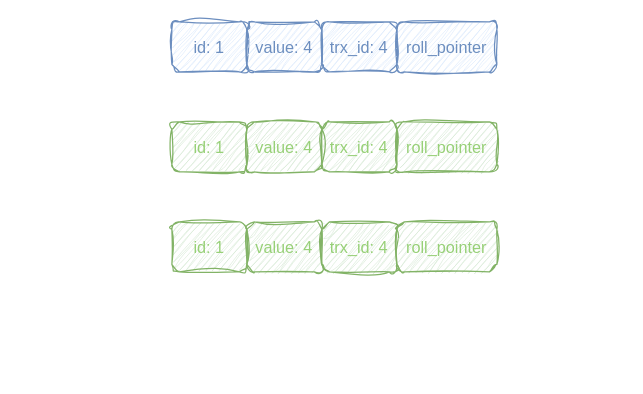
The draw.io diagram snap/未命名绘图.drawio in dunwu/images, before the edit. Source tidied: cells renumbered, new cells numbered last; positions are measured from the earlier drawing's top-left corner, leaving out a move shared by most shapes. Both pictures are drawn from the tidied source at 125%, with x=0, y=0 at pixel (171, 21).
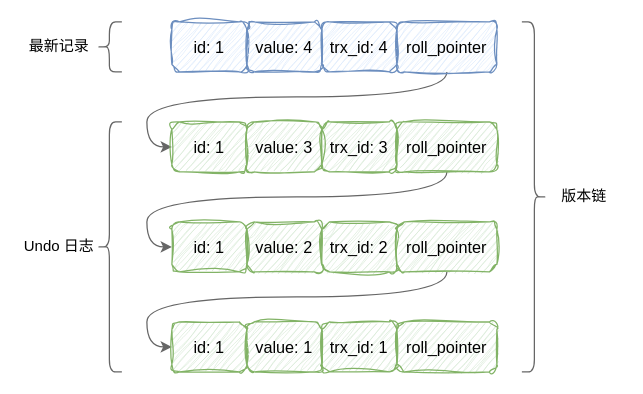
The same page after the edit.

What changed in the source:
```diff
@@
-    <mxCell id="2" value="id: 1" style="rounded=1;whiteSpace=wrap;html=1;fontSize=13;glass=0;strokeWidth=1;shadow=0;sketch=1;curveFitting=1;jiggle=2;fillColor=#dae8fc;strokeColor=#6c8ebf;gradientColor=none;fontColor=#6C8EBF;" parent="1" vertex="1">
+    <mxCell id="2" value="id: 1" style="rounded=1;whiteSpace=wrap;html=1;fontSize=13;glass=0;strokeWidth=1;shadow=0;sketch=1;curveFitting=1;jiggle=2;fillColor=#dae8fc;strokeColor=#6c8ebf;" parent="1" vertex="1">
       <mxGeometry width="60" height="40" as="geometry" />
     </mxCell>
-    <mxCell id="3" value="value: 4" style="rounded=1;whiteSpace=wrap;html=1;fontSize=13;glass=0;strokeWidth=1;shadow=0;sketch=1;curveFitting=1;jiggle=2;fillColor=#dae8fc;strokeColor=#6c8ebf;gradientColor=none;fontColor=#6C8EBF;" parent="1" vertex="1">
+    <mxCell id="3" value="value: 4" style="rounded=1;whiteSpace=wrap;html=1;fontSize=13;glass=0;strokeWidth=1;shadow=0;sketch=1;curveFitting=1;jiggle=2;fillColor=#dae8fc;strokeColor=#6c8ebf;" parent="1" vertex="1">
       <mxGeometry x="60" width="60" height="40" as="geometry" />
     </mxCell>
-    <mxCell id="4" value="trx_id: 4" style="rounded=1;whiteSpace=wrap;html=1;fontSize=13;glass=0;strokeWidth=1;shadow=0;sketch=1;curveFitting=1;jiggle=2;fillColor=#dae8fc;strokeColor=#6c8ebf;gradientColor=none;fontColor=#6C8EBF;" parent="1" vertex="1">
+    <mxCell id="4" value="trx_id: 4" style="rounded=1;whiteSpace=wrap;html=1;fontSize=13;glass=0;strokeWidth=1;shadow=0;sketch=1;curveFitting=1;jiggle=2;fillColor=#dae8fc;strokeColor=#6c8ebf;" parent="1" vertex="1">
       <mxGeometry x="120" width="60" height="40" as="geometry" />
     </mxCell>
+    <mxCell id="14" style="edgeStyle=orthogonalEdgeStyle;jettySize=auto;html=1;entryX=0;entryY=0.5;entryDx=0;entryDy=0;exitX=0.5;exitY=1;exitDx=0;exitDy=0;curved=1;fillColor=#f5f5f5;strokeColor=#666666;" parent="1" edge="1" source="5" target="6">
+      <mxGeometry relative="1" as="geometry" />
+    </mxCell>
-    <mxCell id="5" value="roll_pointer" style="rounded=1;whiteSpace=wrap;html=1;fontSize=13;glass=0;strokeWidth=1;shadow=0;sketch=1;curveFitting=1;jiggle=2;fillColor=#dae8fc;strokeColor=#6c8ebf;gradientColor=none;fontColor=#6C8EBF;" parent="1" vertex="1">
+    <mxCell id="5" value="roll_pointer" style="rounded=1;whiteSpace=wrap;html=1;fontSize=13;glass=0;strokeWidth=1;shadow=0;sketch=1;curveFitting=1;jiggle=2;fillColor=#dae8fc;strokeColor=#6c8ebf;" parent="1" vertex="1">
       <mxGeometry x="180" width="80" height="40" as="geometry" />
     </mxCell>
-    <mxCell id="6" value="id: 1" style="rounded=1;whiteSpace=wrap;html=1;fontSize=13;glass=0;strokeWidth=1;shadow=0;sketch=1;curveFitting=1;jiggle=2;fillColor=#d5e8d4;strokeColor=#82b366;fontColor=#97D077;" parent="1" vertex="1">
+    <mxCell id="6" value="id: 1" style="rounded=1;whiteSpace=wrap;html=1;fontSize=13;glass=0;strokeWidth=1;shadow=0;sketch=1;curveFitting=1;jiggle=2;fillColor=#d5e8d4;strokeColor=#82b366;" parent="1" vertex="1">
       <mxGeometry y="80" width="60" height="40" as="geometry" />
     </mxCell>
-    <mxCell id="7" value="value: 4" style="rounded=1;whiteSpace=wrap;html=1;fontSize=13;glass=0;strokeWidth=1;shadow=0;sketch=1;curveFitting=1;jiggle=2;fillColor=#d5e8d4;strokeColor=#82b366;fontColor=#97D077;" parent="1" vertex="1">
+    <mxCell id="7" value="value: 3" style="rounded=1;whiteSpace=wrap;html=1;fontSize=13;glass=0;strokeWidth=1;shadow=0;sketch=1;curveFitting=1;jiggle=2;fillColor=#d5e8d4;strokeColor=#82b366;" parent="1" vertex="1">
       <mxGeometry x="60" y="80" width="60" height="40" as="geometry" />
     </mxCell>
-    <mxCell id="8" value="trx_id: 4" style="rounded=1;whiteSpace=wrap;html=1;fontSize=13;glass=0;strokeWidth=1;shadow=0;sketch=1;curveFitting=1;jiggle=2;fillColor=#d5e8d4;strokeColor=#82b366;fontColor=#97D077;" parent="1" vertex="1">
+    <mxCell id="8" value="trx_id: 3" style="rounded=1;whiteSpace=wrap;html=1;fontSize=13;glass=0;strokeWidth=1;shadow=0;sketch=1;curveFitting=1;jiggle=2;fillColor=#d5e8d4;strokeColor=#82b366;" parent="1" vertex="1">
       <mxGeometry x="120" y="80" width="60" height="40" as="geometry" />
     </mxCell>
+    <mxCell id="15" style="edgeStyle=orthogonalEdgeStyle;jettySize=auto;html=1;exitX=0.5;exitY=1;exitDx=0;exitDy=0;entryX=0;entryY=0.5;entryDx=0;entryDy=0;curved=1;fillColor=#f5f5f5;strokeColor=#666666;" parent="1" edge="1" source="9" target="10">
+      <mxGeometry relative="1" as="geometry" />
+    </mxCell>
-    <mxCell id="9" value="roll_pointer" style="rounded=1;whiteSpace=wrap;html=1;fontSize=13;glass=0;strokeWidth=1;shadow=0;sketch=1;curveFitting=1;jiggle=2;fillColor=#d5e8d4;strokeColor=#82b366;fontColor=#97D077;" parent="1" vertex="1">
+    <mxCell id="9" value="roll_pointer" style="rounded=1;whiteSpace=wrap;html=1;fontSize=13;glass=0;strokeWidth=1;shadow=0;fillColor=#d5e8d4;strokeColor=#82b366;sketch=1;curveFitting=1;jiggle=2;" parent="1" vertex="1">
       <mxGeometry x="180" y="80" width="80" height="40" as="geometry" />
     </mxCell>
-    <mxCell id="10" value="id: 1" style="rounded=1;whiteSpace=wrap;html=1;fontSize=13;glass=0;strokeWidth=1;shadow=0;sketch=1;curveFitting=1;jiggle=2;fillColor=#d5e8d4;strokeColor=#82b366;fontColor=#97D077;" parent="1" vertex="1">
+    <mxCell id="10" value="id: 1" style="rounded=1;whiteSpace=wrap;html=1;fontSize=13;glass=0;strokeWidth=1;shadow=0;sketch=1;curveFitting=1;jiggle=2;fillColor=#d5e8d4;strokeColor=#82b366;" parent="1" vertex="1">
       <mxGeometry y="160" width="60" height="40" as="geometry" />
     </mxCell>
-    <mxCell id="11" value="value: 4" style="rounded=1;whiteSpace=wrap;html=1;fontSize=13;glass=0;strokeWidth=1;shadow=0;sketch=1;curveFitting=1;jiggle=2;fillColor=#d5e8d4;strokeColor=#82b366;fontColor=#97D077;" parent="1" vertex="1">
+    <mxCell id="11" value="value: 2" style="rounded=1;whiteSpace=wrap;html=1;fontSize=13;glass=0;strokeWidth=1;shadow=0;sketch=1;curveFitting=1;jiggle=2;fillColor=#d5e8d4;strokeColor=#82b366;" parent="1" vertex="1">
       <mxGeometry x="60" y="160" width="60" height="40" as="geometry" />
     </mxCell>
-    <mxCell id="12" value="trx_id: 4" style="rounded=1;whiteSpace=wrap;html=1;fontSize=13;glass=0;strokeWidth=1;shadow=0;sketch=1;curveFitting=1;jiggle=2;fillColor=#d5e8d4;strokeColor=#82b366;fontColor=#97D077;" parent="1" vertex="1">
+    <mxCell id="12" value="trx_id: 2" style="rounded=1;whiteSpace=wrap;html=1;fontSize=13;glass=0;strokeWidth=1;shadow=0;sketch=1;curveFitting=1;jiggle=2;fillColor=#d5e8d4;strokeColor=#82b366;" parent="1" vertex="1">
       <mxGeometry x="120" y="160" width="60" height="40" as="geometry" />
     </mxCell>
+    <mxCell id="16" style="edgeStyle=orthogonalEdgeStyle;jettySize=auto;html=1;exitX=0.5;exitY=1;exitDx=0;exitDy=0;entryX=0;entryY=0.5;entryDx=0;entryDy=0;curved=1;fillColor=#f5f5f5;strokeColor=#666666;" parent="1" edge="1" source="13" target="17">
+      <mxGeometry relative="1" as="geometry" />
+    </mxCell>
-    <mxCell id="13" value="roll_pointer" style="rounded=1;whiteSpace=wrap;html=1;fontSize=13;glass=0;strokeWidth=1;shadow=0;sketch=1;curveFitting=1;jiggle=2;fillColor=#d5e8d4;strokeColor=#82b366;fontColor=#97D077;" parent="1" vertex="1">
+    <mxCell id="13" value="roll_pointer" style="rounded=1;whiteSpace=wrap;html=1;fontSize=13;glass=0;strokeWidth=1;shadow=0;sketch=1;curveFitting=1;jiggle=2;fillColor=#d5e8d4;strokeColor=#82b366;" parent="1" vertex="1">
       <mxGeometry x="180" y="160" width="80" height="40" as="geometry" />
     </mxCell>
+    <mxCell id="17" value="id: 1" style="rounded=1;whiteSpace=wrap;html=1;fontSize=13;glass=0;strokeWidth=1;shadow=0;sketch=1;curveFitting=1;jiggle=2;fillColor=#d5e8d4;strokeColor=#82b366;" parent="1" vertex="1">
+      <mxGeometry y="240" width="60" height="40" as="geometry" />
+    </mxCell>
+    <mxCell id="18" value="value: 1" style="rounded=1;whiteSpace=wrap;html=1;fontSize=13;glass=0;strokeWidth=1;shadow=0;sketch=1;curveFitting=1;jiggle=2;fillColor=#d5e8d4;strokeColor=#82b366;" parent="1" vertex="1">
+      <mxGeometry x="60" y="240" width="60" height="40" as="geometry" />
+    </mxCell>
+    <mxCell id="19" value="trx_id: 1" style="rounded=1;whiteSpace=wrap;html=1;fontSize=13;glass=0;strokeWidth=1;shadow=0;sketch=1;curveFitting=1;jiggle=2;fillColor=#d5e8d4;strokeColor=#82b366;" parent="1" vertex="1">
+      <mxGeometry x="120" y="240" width="60" height="40" as="geometry" />
+    </mxCell>
+    <mxCell id="20" value="roll_pointer" style="rounded=1;whiteSpace=wrap;html=1;fontSize=13;glass=0;strokeWidth=1;shadow=0;sketch=1;curveFitting=1;jiggle=2;fillColor=#d5e8d4;strokeColor=#82b366;" parent="1" vertex="1">
+      <mxGeometry x="180" y="240" width="80" height="40" as="geometry" />
+    </mxCell>
+    <mxCell id="21" style="shape=curlyBracket;whiteSpace=wrap;html=1;rounded=1;labelPosition=left;verticalLabelPosition=middle;align=right;verticalAlign=middle;fillColor=#f5f5f5;fontColor=#333333;strokeColor=#666666;" parent="1" vertex="1">
+      <mxGeometry x="-60" y="80" width="20" height="200" as="geometry" />
+    </mxCell>
+    <mxCell id="22" style="shape=curlyBracket;whiteSpace=wrap;html=1;rounded=1;labelPosition=left;verticalLabelPosition=middle;align=right;verticalAlign=middle;fillColor=#f5f5f5;fontColor=#333333;strokeColor=#666666;" parent="1" vertex="1">
+      <mxGeometry x="-60" width="20" height="40" as="geometry" />
+    </mxCell>
+    <mxCell id="23" style="shape=curlyBracket;whiteSpace=wrap;html=1;rounded=1;flipH=1;labelPosition=right;verticalLabelPosition=middle;align=left;verticalAlign=middle;fillColor=#f5f5f5;fontColor=#333333;strokeColor=#666666;" parent="1" vertex="1">
+      <mxGeometry x="280" width="20" height="280" as="geometry" />
+    </mxCell>
+    <mxCell id="24" value="最新记录" style="text;html=1;strokeColor=none;fillColor=none;align=center;verticalAlign=middle;whiteSpace=wrap;rounded=0;" parent="1" vertex="1">
+      <mxGeometry x="-120" y="5" width="60" height="30" as="geometry" />
+    </mxCell>
+    <mxCell id="25" value="Undo 日志" style="text;html=1;strokeColor=none;fillColor=none;align=center;verticalAlign=middle;whiteSpace=wrap;rounded=0;" parent="1" vertex="1">
+      <mxGeometry x="-120" y="165" width="60" height="30" as="geometry" />
+    </mxCell>
+    <mxCell id="26" value="版本链" style="text;html=1;strokeColor=none;fillColor=none;align=center;verticalAlign=middle;whiteSpace=wrap;rounded=0;" parent="1" vertex="1">
+      <mxGeometry x="300" y="125" width="60" height="30" as="geometry" />
+    </mxCell>
```
